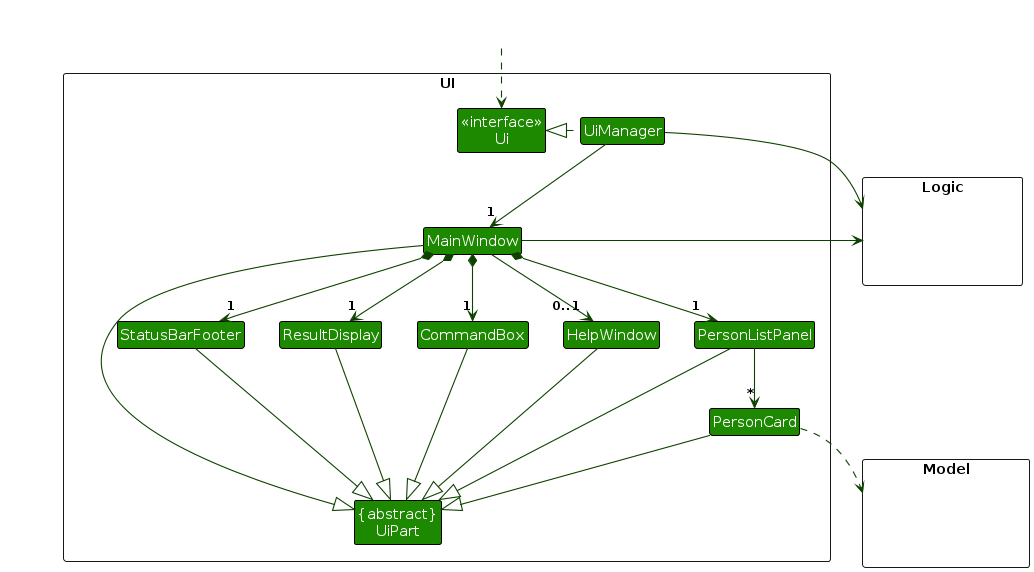
Above: diagrams/UiClassDiagram.png in zhonghan721/tp (PlantUML), before the change. Its source is kept beside it as diagrams/UiClassDiagram.puml.
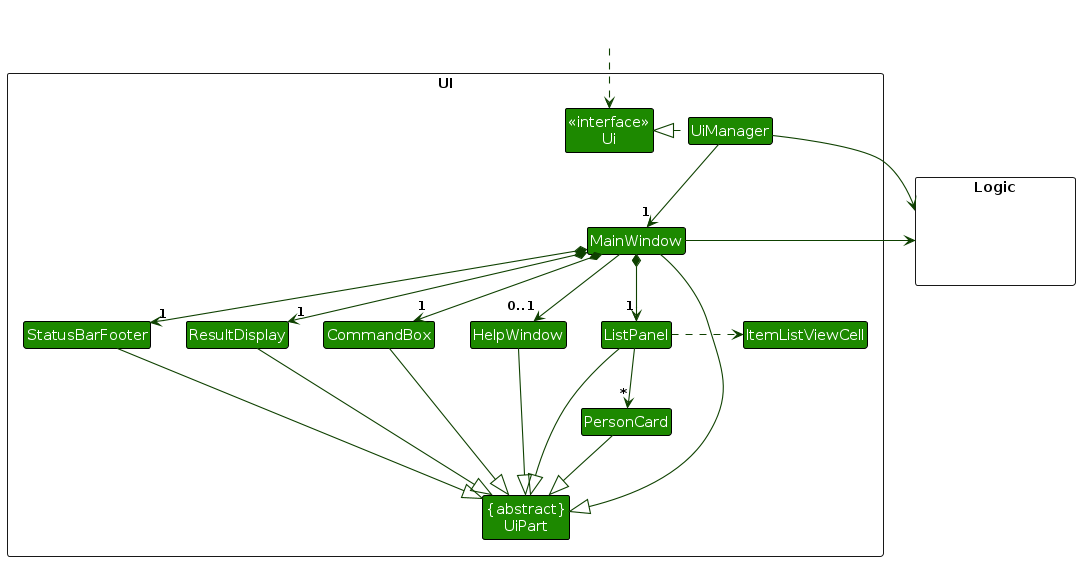
After the change.

Diff of the diagram source:
```diff
@@ -11,14 +11,11 @@
 Class MainWindow
 Class HelpWindow
 Class ResultDisplay
-Class PersonListPanel
+Class ListPanel
 Class PersonCard
 Class StatusBarFooter
 Class CommandBox
-}
-
-package Model <<Rectangle>> {
-Class HiddenModel<<HIDDEN>> #FFFFFF
+Class ItemListViewCell
 }
 
 package Logic <<Rectangle>> {
@@ -32,26 +29,27 @@
 UiManager -down-> "1" MainWindow
 MainWindow *-down->  "1" CommandBox
 MainWindow *-down-> "1" ResultDisplay
-MainWindow *-down-> "1" PersonListPanel
+MainWindow *-down-> "1" ListPanel
 MainWindow *-down-> "1" StatusBarFooter
 MainWindow --> "0..1" HelpWindow
 
-PersonListPanel -down-> "*" PersonCard
+ListPanel -down-> "*" PersonCard
 
 MainWindow -left-|> UiPart
 
 ResultDisplay --|> UiPart
 CommandBox --|> UiPart
-PersonListPanel --|> UiPart
+ListPanel --|> UiPart
 PersonCard --|> UiPart
 StatusBarFooter --|> UiPart
 HelpWindow --|> UiPart
 
-PersonCard ..> Model
+ListPanel .right.> ItemListViewCell
+
 UiManager -right-> Logic
 MainWindow -left-> Logic
 
-PersonListPanel -[hidden]left- HelpWindow
+ListPanel -[hidden]left- HelpWindow
 HelpWindow -[hidden]left- CommandBox
 CommandBox -[hidden]left- ResultDisplay
 ResultDisplay -[hidden]left- StatusBarFooter
```
